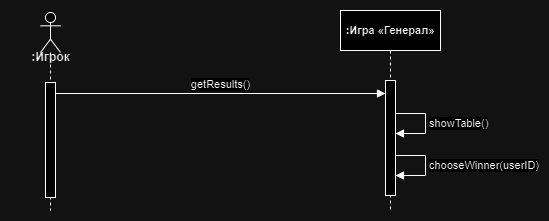
Katya-tch/RTIPPO keeps this draw.io diagram as images/lab3.p2.png. Above is the earlier version. Source tidied: cells renumbered, new cells last; positions are measured from the earlier drawing's top-left corner, leaving out a move shared by most shapes.
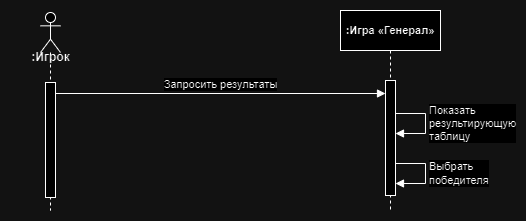
Above is the later version.

Change to the diagram source:
```diff
@@ -14,7 +14,7 @@
     <mxCell id="5" style="html=1;perimeter=orthogonalPerimeter;targetShapes=umlLifeline;newEdgeStyle={&quot;curved&quot;:0,&quot;rounded&quot;:0};" parent="4" vertex="1">
       <mxGeometry x="45" y="70" width="10" height="115" as="geometry" />
     </mxCell>
-    <mxCell id="6" value="getResults()" style="html=1;verticalAlign=bottom;endArrow=block;curved=0;rounded=0;" parent="1" edge="1">
+    <mxCell id="6" value="Запросить результаты" style="html=1;verticalAlign=bottom;endArrow=block;curved=0;rounded=0;" parent="1" edge="1">
       <mxGeometry relative="1" as="geometry">
         <mxPoint x="45" y="83" as="sourcePoint" />
         <mxPoint x="375" y="83" as="targetPoint" />
@@ -23,7 +23,7 @@
     <mxCell id="7" value=":Игрок" style="text;align=center;fontStyle=1;verticalAlign=middle;spacingLeft=3;spacingRight=3;strokeColor=none;html=1;" parent="1" vertex="1">
       <mxGeometry y="34" width="80" height="26" as="geometry" />
     </mxCell>
-    <mxCell id="8" value="showTable()" style="html=1;align=left;spacingLeft=2;endArrow=block;rounded=0;edgeStyle=orthogonalEdgeStyle;curved=0;rounded=0;" parent="1" edge="1">
+    <mxCell id="8" value="Показать&lt;br&gt;результирующую&lt;br&gt;таблицу" style="html=1;align=left;spacingLeft=2;endArrow=block;rounded=0;edgeStyle=orthogonalEdgeStyle;curved=0;rounded=0;" parent="1" edge="1">
       <mxGeometry relative="1" as="geometry">
         <mxPoint x="385" y="103" as="sourcePoint" />
         <mxPoint x="385" y="123" as="targetPoint" />
@@ -33,13 +33,13 @@
         </Array>
       </mxGeometry>
     </mxCell>
-    <mxCell id="9" value="chooseWinner(userID)" style="html=1;align=left;spacingLeft=2;endArrow=block;rounded=0;edgeStyle=orthogonalEdgeStyle;curved=0;rounded=0;" parent="1" edge="1">
+    <mxCell id="9" value="Выбрать&lt;br&gt;победителя" style="html=1;align=left;spacingLeft=2;endArrow=block;rounded=0;edgeStyle=orthogonalEdgeStyle;curved=0;rounded=0;" parent="1" edge="1">
       <mxGeometry relative="1" as="geometry">
-        <mxPoint x="385" y="145" as="sourcePoint" />
-        <mxPoint x="385" y="165" as="targetPoint" />
+        <mxPoint x="385" y="153" as="sourcePoint" />
+        <mxPoint x="385" y="173" as="targetPoint" />
         <Array as="points">
-          <mxPoint x="415" y="145" />
-          <mxPoint x="415" y="165" />
+          <mxPoint x="415" y="153" />
+          <mxPoint x="415" y="173" />
         </Array>
       </mxGeometry>
     </mxCell>
```
